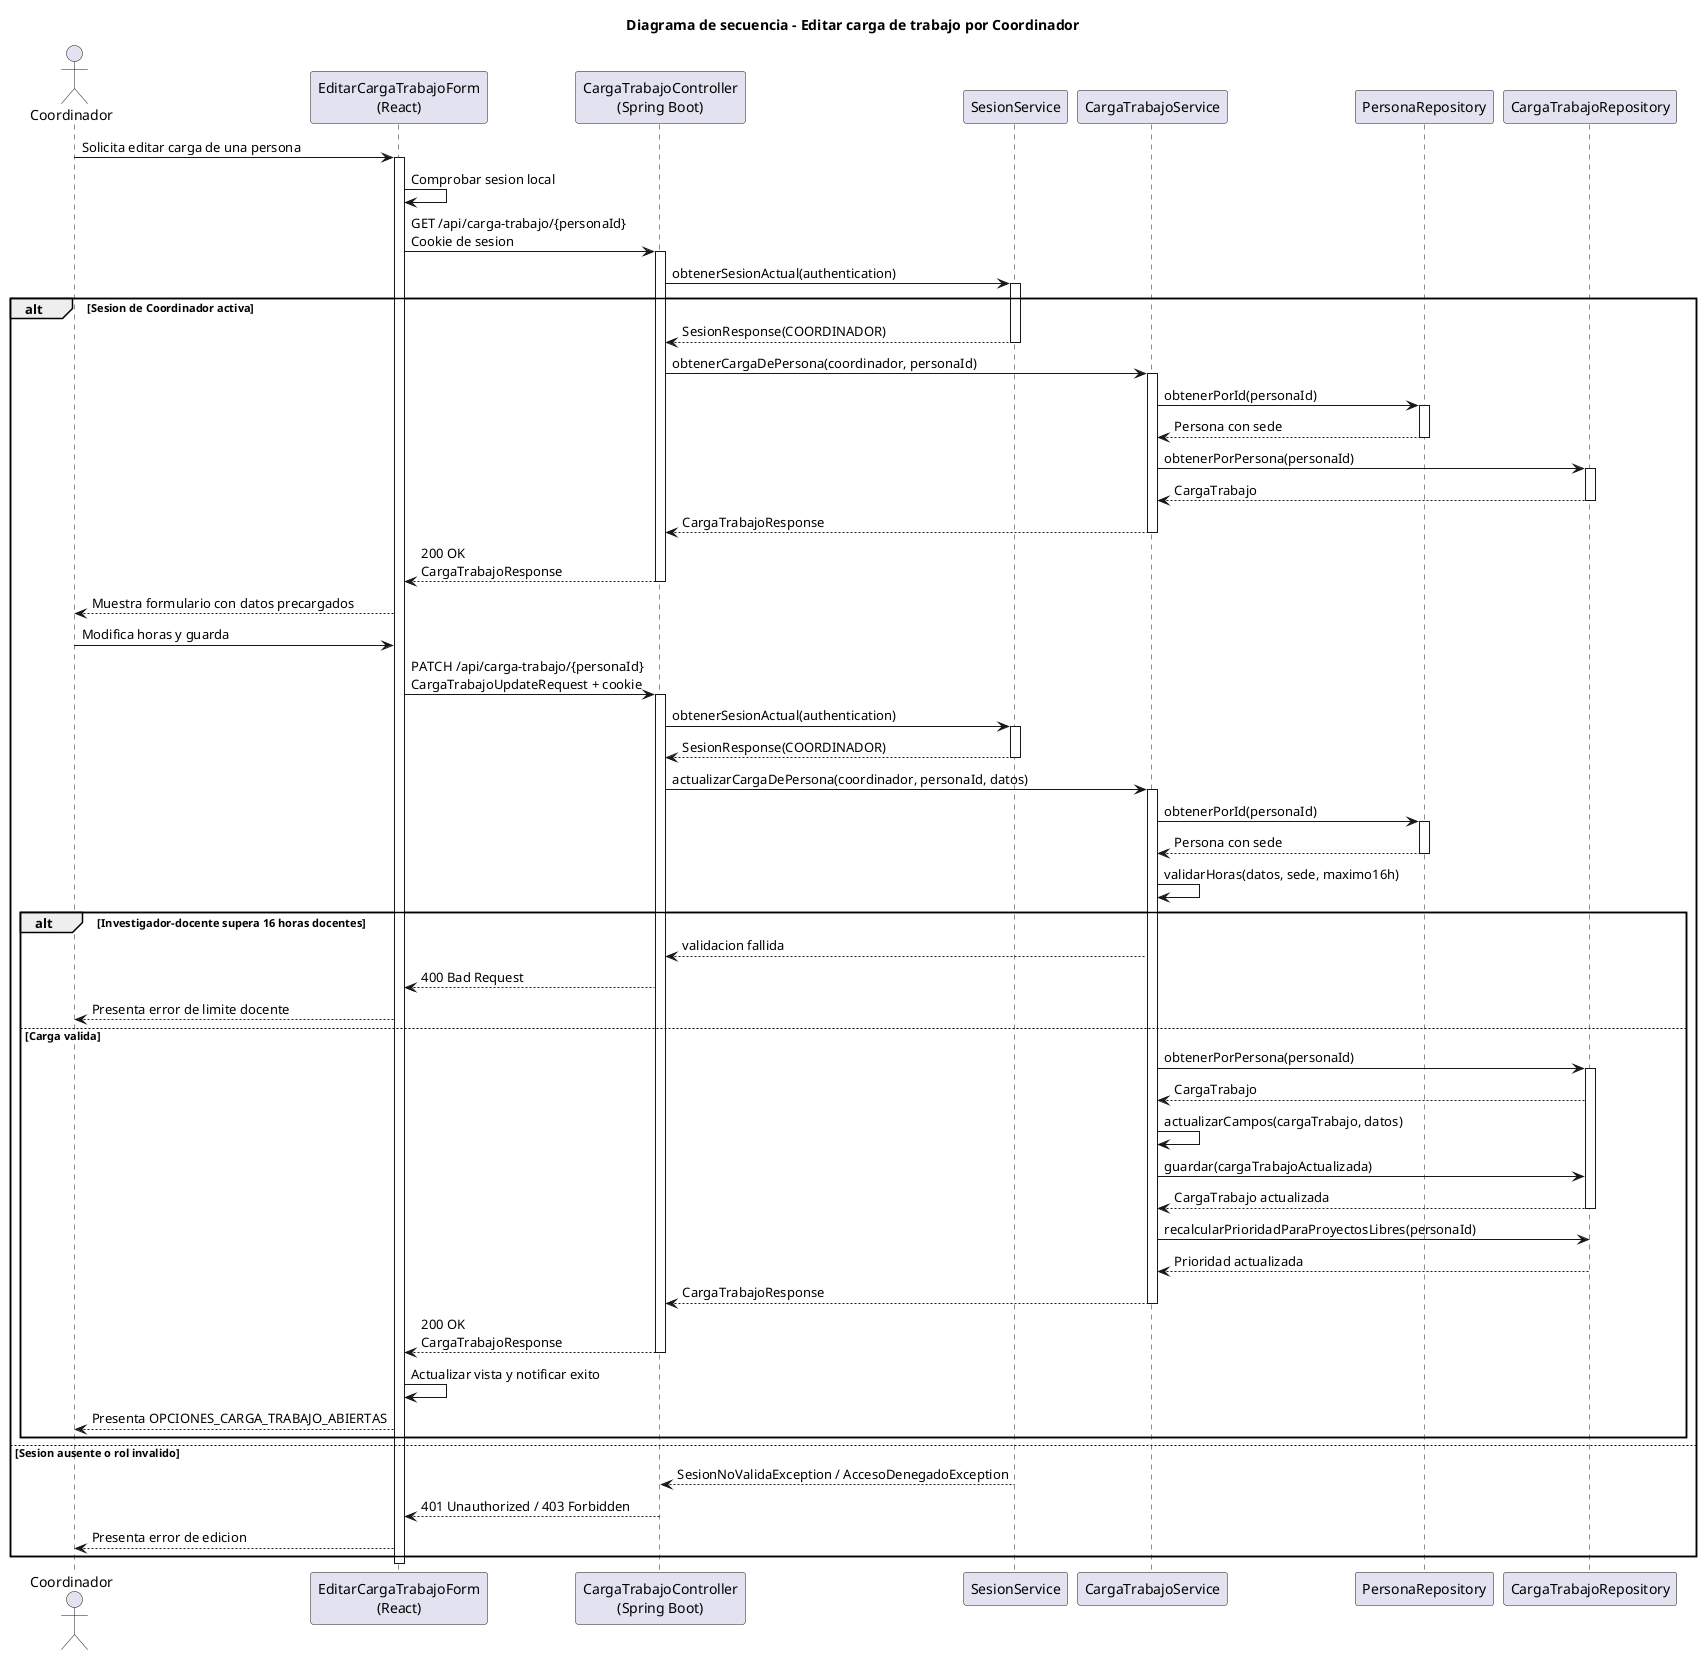
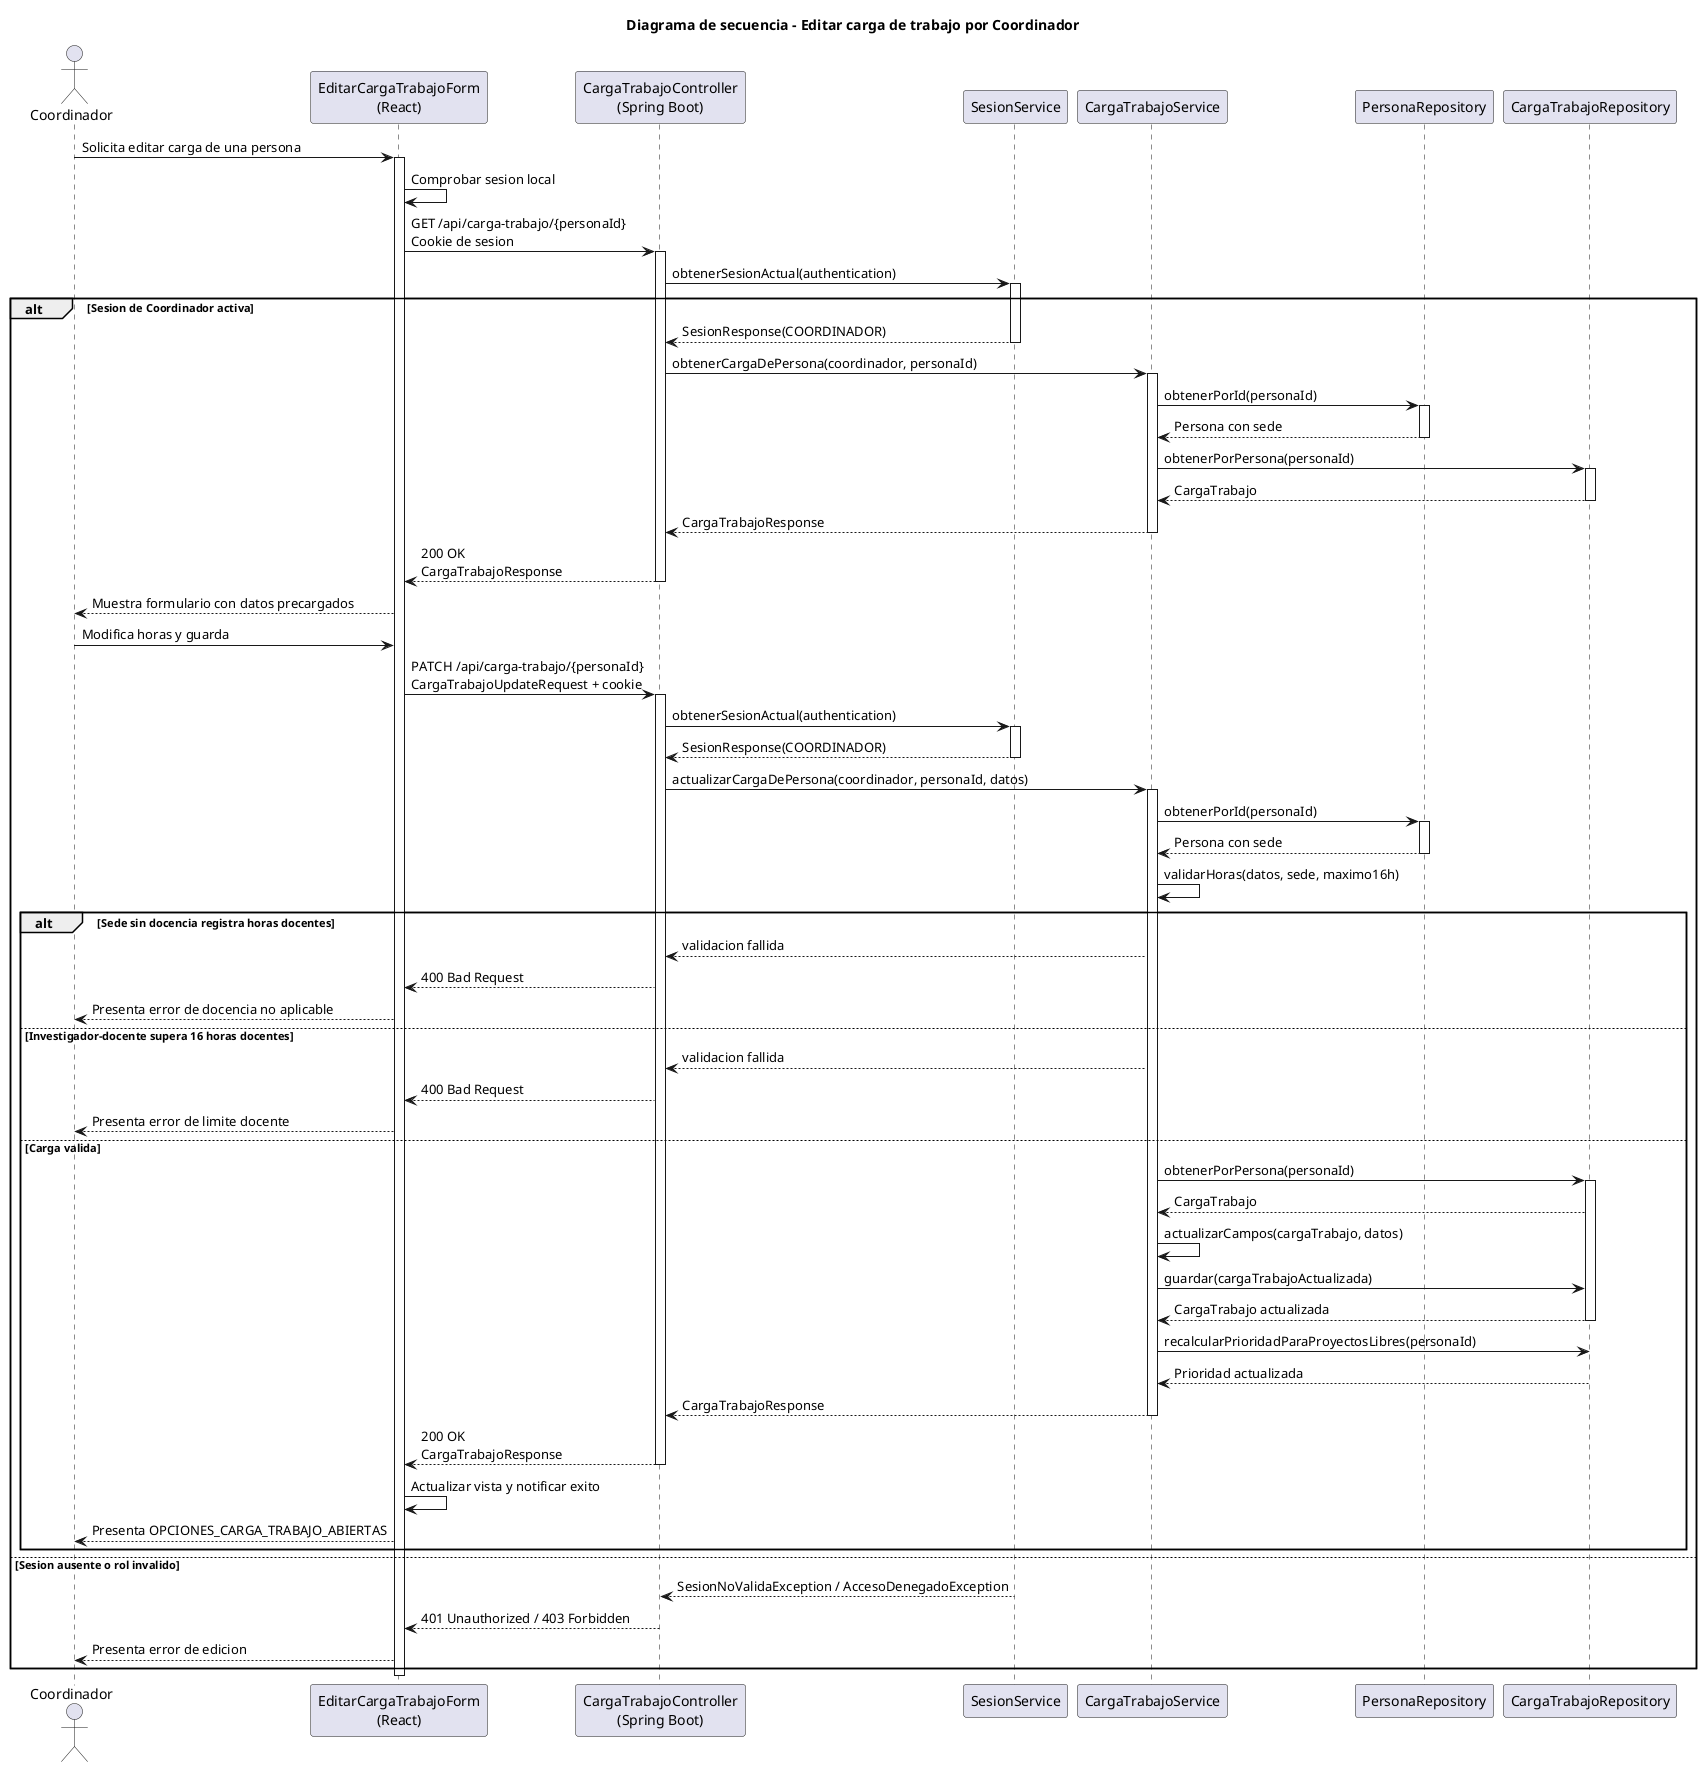
@startuml editarCargaTrabajo-coordinador-diseno
title Diagrama de secuencia - Editar carga de trabajo por Coordinador

actor Coordinador
participant "EditarCargaTrabajoForm\n(React)" as Frontend
participant "CargaTrabajoController\n(Spring Boot)" as Api
participant "SesionService" as Sesion
participant "CargaTrabajoService" as Service
participant "PersonaRepository" as PersonaRepo
participant "CargaTrabajoRepository" as CargaRepo

Coordinador -> Frontend: Solicita editar carga de una persona
activate Frontend
Frontend -> Frontend: Comprobar sesion local
Frontend -> Api: GET /api/carga-trabajo/{personaId}\nCookie de sesion
activate Api
Api -> Sesion: obtenerSesionActual(authentication)
activate Sesion
alt Sesion de Coordinador activa
    Sesion --> Api: SesionResponse(COORDINADOR)
    deactivate Sesion
    Api -> Service: obtenerCargaDePersona(coordinador, personaId)
    activate Service
    Service -> PersonaRepo: obtenerPorId(personaId)
    activate PersonaRepo
    PersonaRepo --> Service: Persona con sede
    deactivate PersonaRepo
    Service -> CargaRepo: obtenerPorPersona(personaId)
    activate CargaRepo
    CargaRepo --> Service: CargaTrabajo
    deactivate CargaRepo
    Service --> Api: CargaTrabajoResponse
    deactivate Service
    Api --> Frontend: 200 OK\nCargaTrabajoResponse
    deactivate Api
    Frontend --> Coordinador: Muestra formulario con datos precargados
    Coordinador -> Frontend: Modifica horas y guarda
    Frontend -> Api: PATCH /api/carga-trabajo/{personaId}\nCargaTrabajoUpdateRequest + cookie
    activate Api
    Api -> Sesion: obtenerSesionActual(authentication)
    activate Sesion
    Sesion --> Api: SesionResponse(COORDINADOR)
    deactivate Sesion
    Api -> Service: actualizarCargaDePersona(coordinador, personaId, datos)
    activate Service
    Service -> PersonaRepo: obtenerPorId(personaId)
    activate PersonaRepo
    PersonaRepo --> Service: Persona con sede
    deactivate PersonaRepo
    Service -> Service: validarHoras(datos, sede, maximo16h)
-     alt Investigador-docente supera 16 horas docentes
+     alt Sede sin docencia registra horas docentes
+         Service --> Api: validacion fallida
+         Api --> Frontend: 400 Bad Request
+         Frontend --> Coordinador: Presenta error de docencia no aplicable
+     else Investigador-docente supera 16 horas docentes
        Service --> Api: validacion fallida
        Api --> Frontend: 400 Bad Request
        Frontend --> Coordinador: Presenta error de limite docente
    else Carga valida
        Service -> CargaRepo: obtenerPorPersona(personaId)
        activate CargaRepo
        CargaRepo --> Service: CargaTrabajo
        Service -> Service: actualizarCampos(cargaTrabajo, datos)
        Service -> CargaRepo: guardar(cargaTrabajoActualizada)
        CargaRepo --> Service: CargaTrabajo actualizada
        deactivate CargaRepo
        Service -> CargaRepo: recalcularPrioridadParaProyectosLibres(personaId)
        CargaRepo --> Service: Prioridad actualizada
        Service --> Api: CargaTrabajoResponse
        deactivate Service
        Api --> Frontend: 200 OK\nCargaTrabajoResponse
        deactivate Api
        Frontend -> Frontend: Actualizar vista y notificar exito
        Frontend --> Coordinador: Presenta OPCIONES_CARGA_TRABAJO_ABIERTAS
    end
else Sesion ausente o rol invalido
    Sesion --> Api: SesionNoValidaException / AccesoDenegadoException
    deactivate Sesion
    Api --> Frontend: 401 Unauthorized / 403 Forbidden
    deactivate Api
    Frontend --> Coordinador: Presenta error de edicion
end
deactivate Frontend
@enduml
